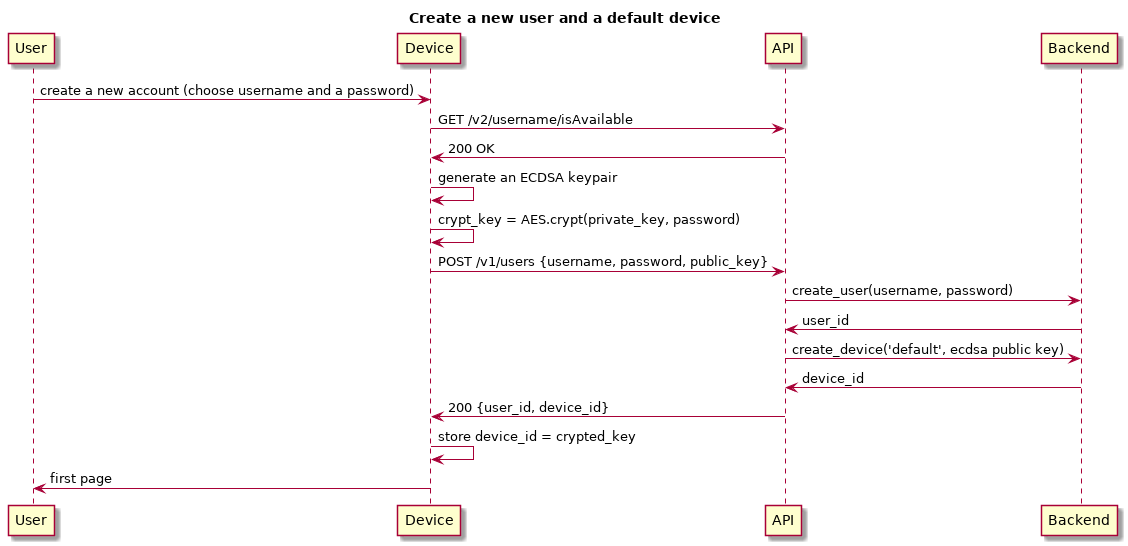
dgramop/Caliopen keeps this PlantUML diagram as doc/UML/create_user_and_device.png. Above is the earlier version.
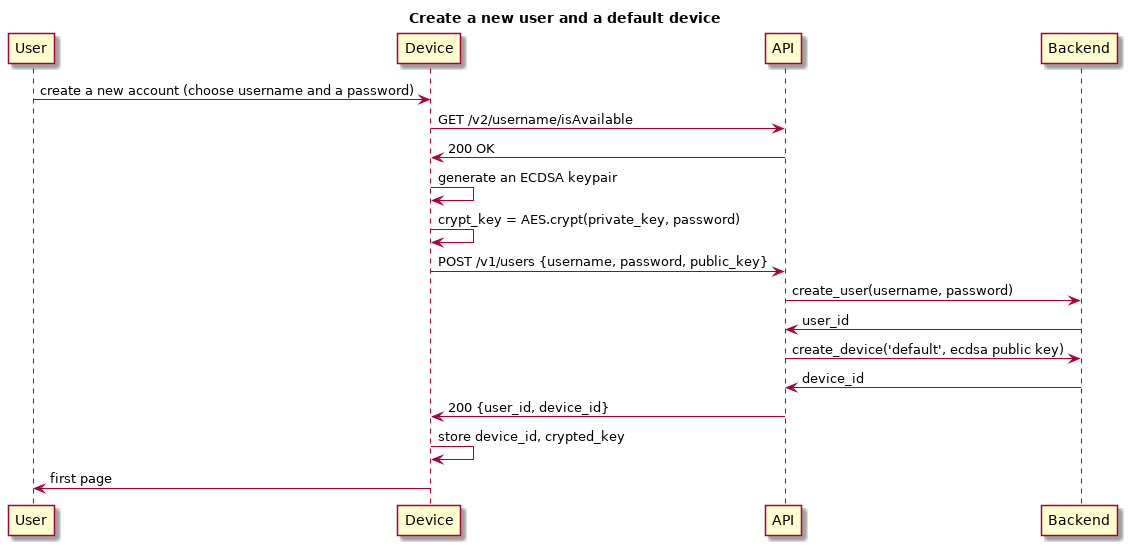
After the change.

Commit message:
Second version covering device reset upon authentication

Change to the diagram source:
```diff
@@ -16,7 +16,7 @@
 Backend-> API: device_id
 API -> Device: 200 {user_id, device_id}
 
-Device -> Device: store device_id = crypted_key
+Device -> Device: store device_id, crypted_key
 Device -> User: first page
 
 @enduml
```
